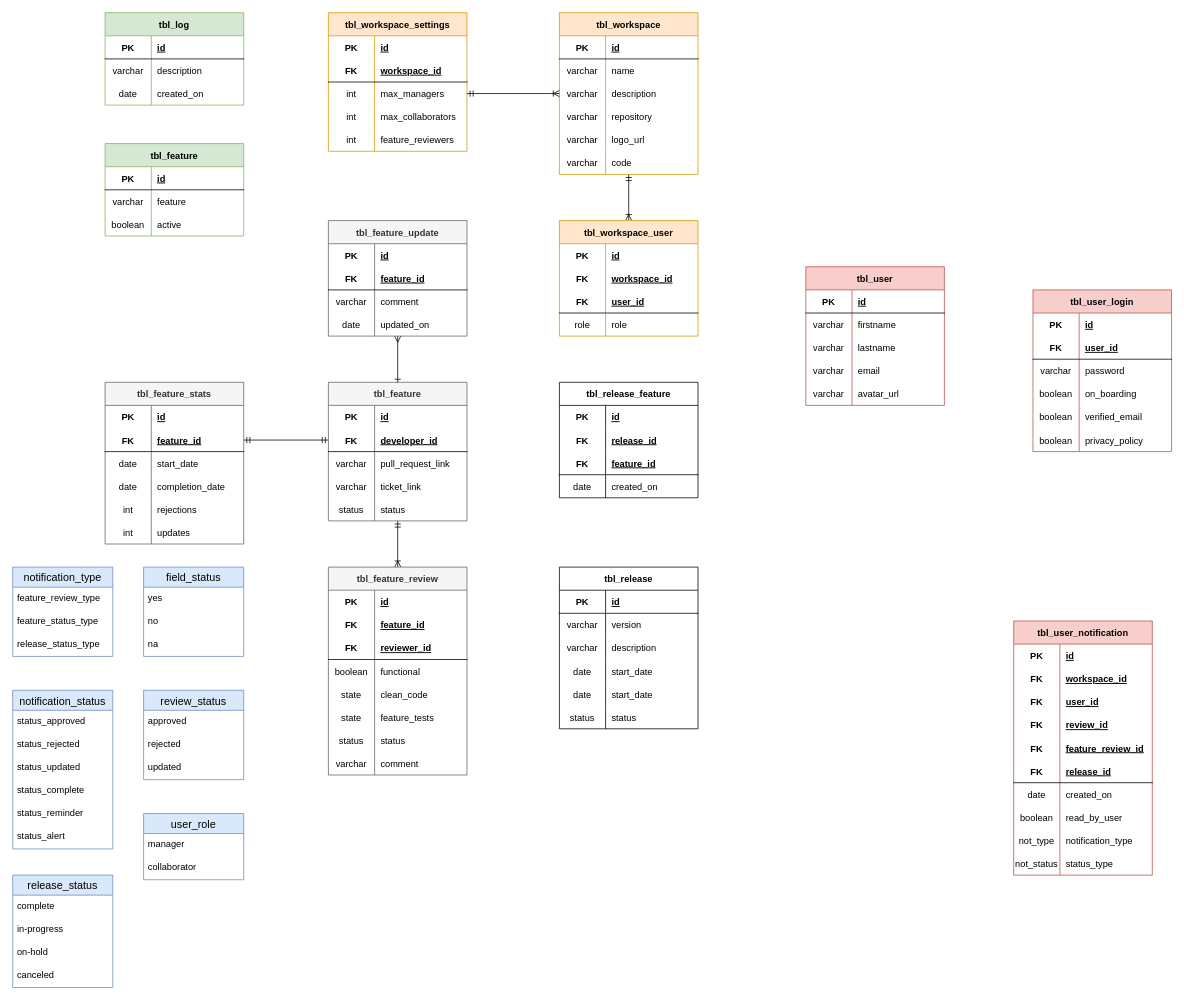
Earlier version of the draw.io diagram page "ERD" (2 of 2) of .docs/diagrams.drawio (Ilchampo/stage-gate-back). Source tidied: cells renumbered, new cells numbered last; positions are measured from the earlier drawing's top-left corner, leaving out a move shared by most shapes. Both pictures are drawn from the tidied source at 77%, with x=0, y=0 at pixel (12, 12).
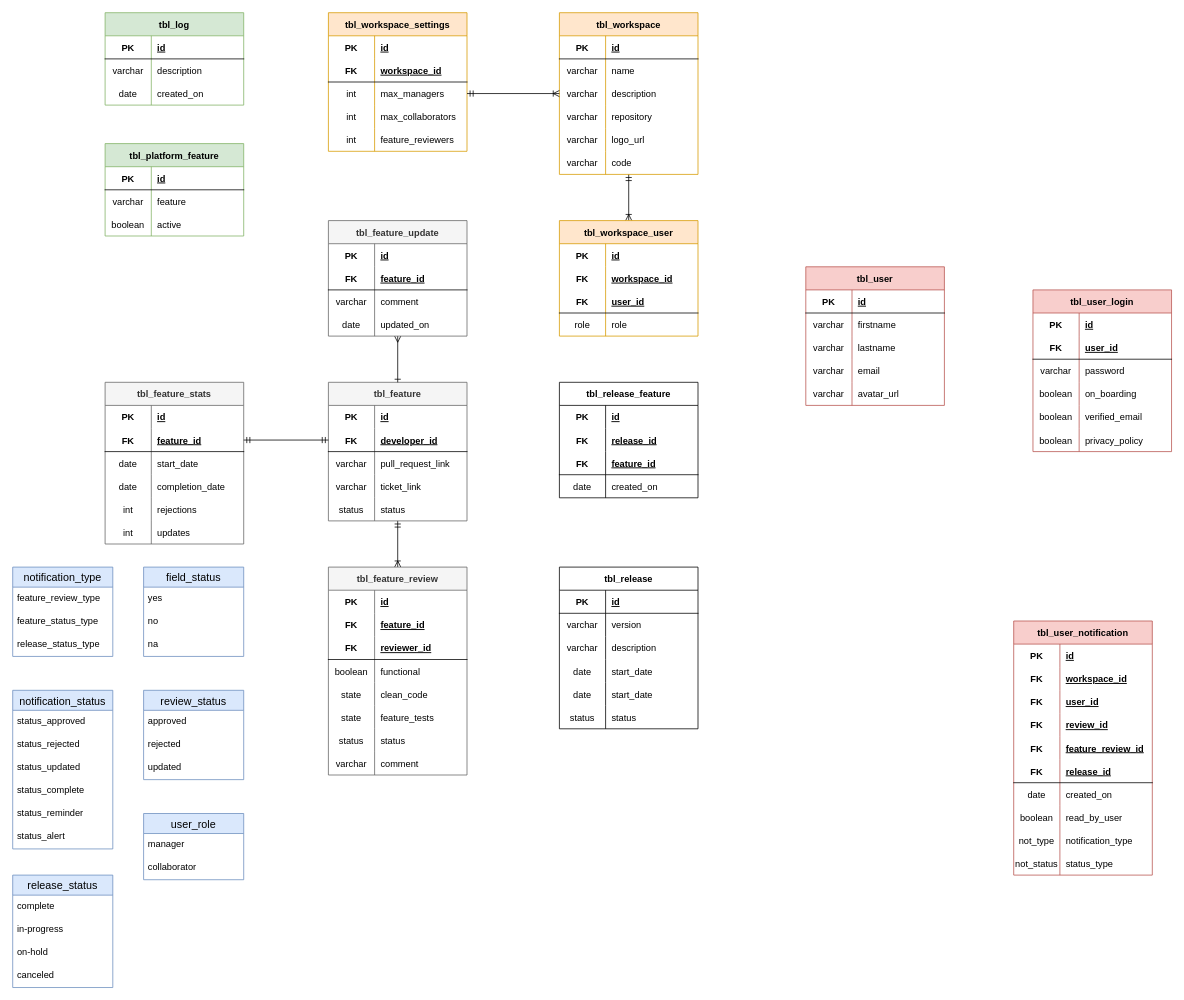
After the change.

What changed in the source:
```diff
@@
-    <mxCell id="138" value="tbl_feature" style="shape=table;startSize=30;childLayout=tableLayout;rowLines=0;fontStyle=1;align=center;fillColor=#d5e8d4;strokeColor=#82b366;" parent="1" vertex="1">
+    <mxCell id="138" value="tbl_platform_feature" style="shape=table;startSize=30;childLayout=tableLayout;rowLines=0;fontStyle=1;align=center;fillColor=#d5e8d4;strokeColor=#82b366;" parent="1" vertex="1">
       <mxGeometry x="120" y="170" width="180" height="120" as="geometry" />
     </mxCell>
```
